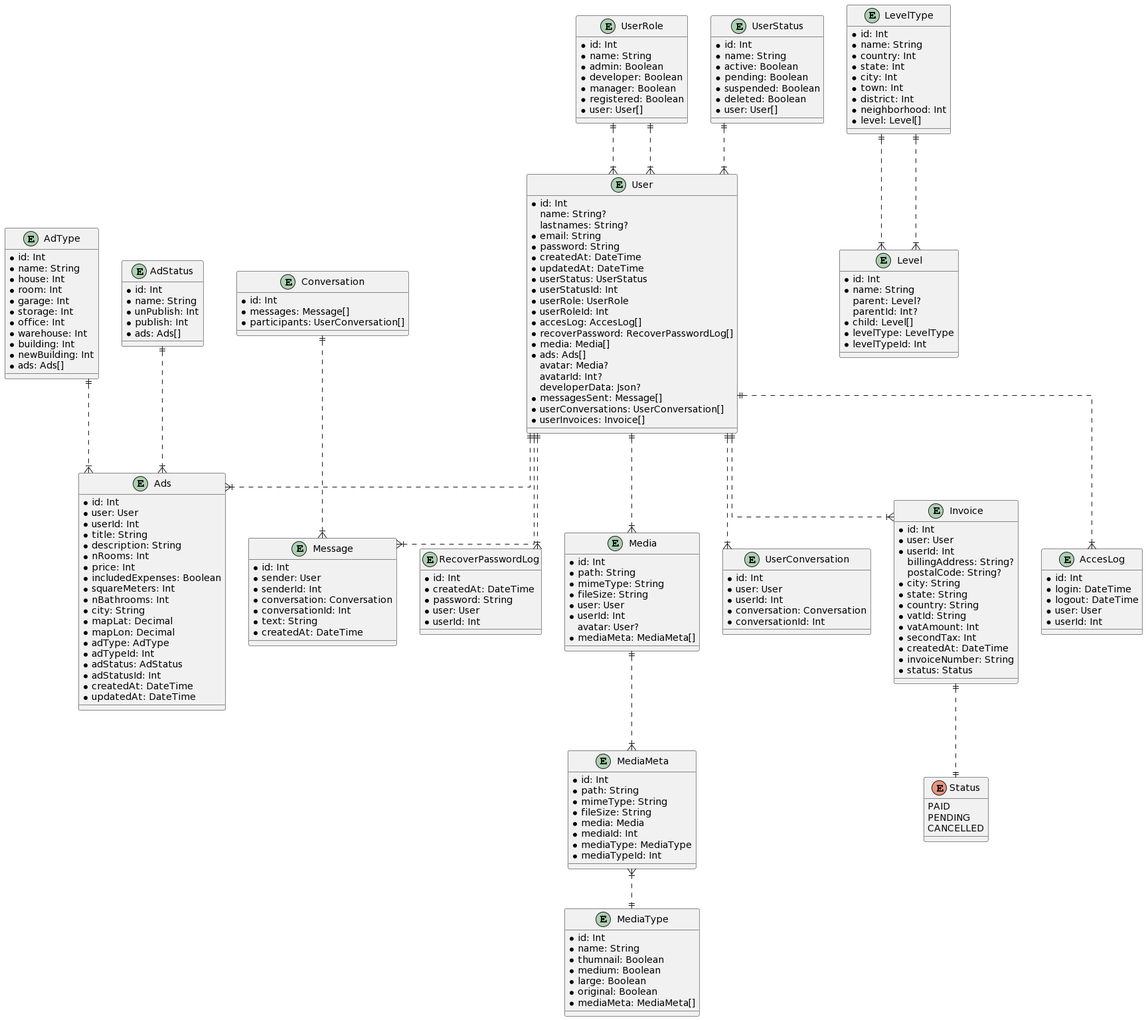
IT-Academy-BCN/ita-directory keeps this PlantUML diagram as backend/db/schema-db.png. Above is the earlier version.
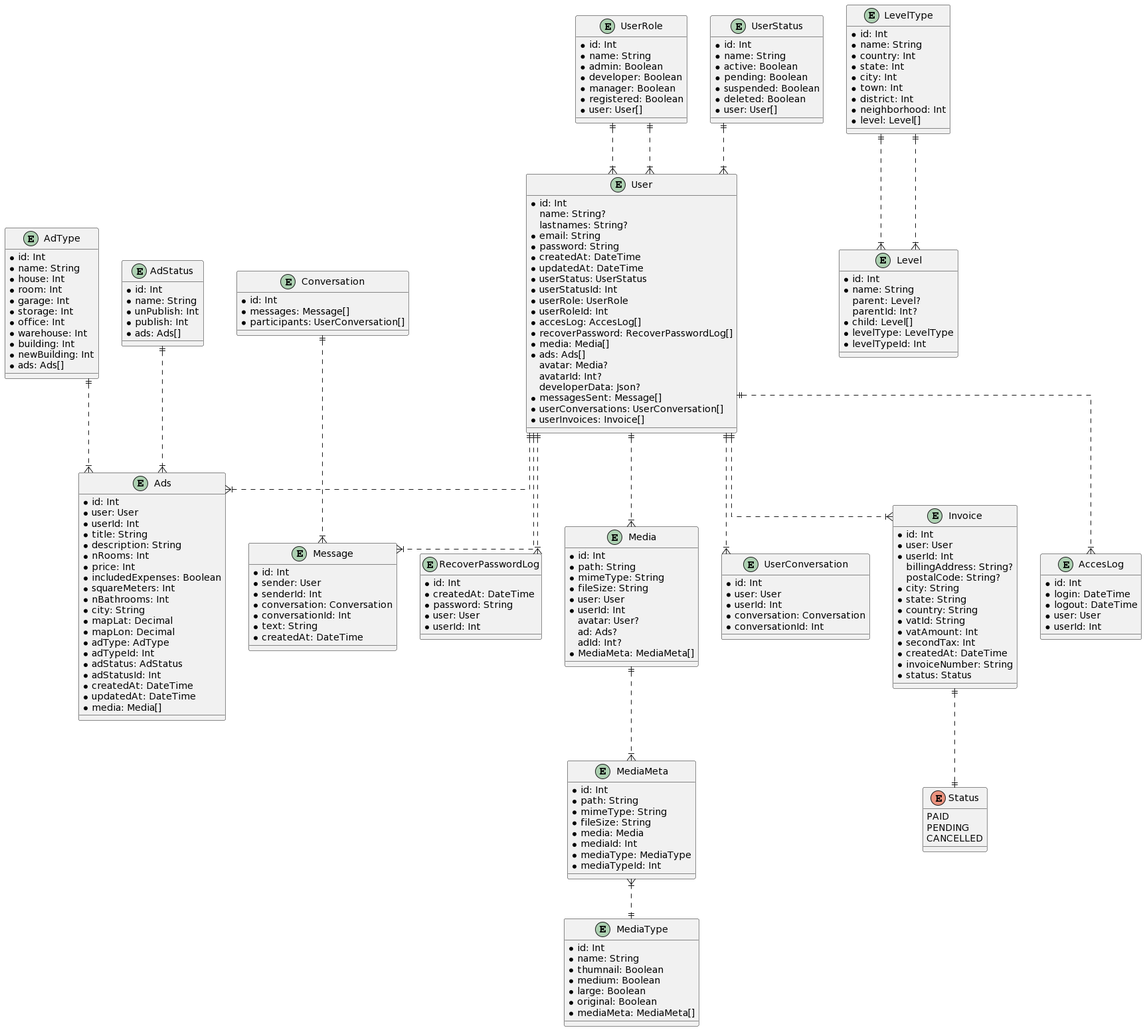
After the change.

What changed in the source:
```diff
@@ -75,7 +75,9 @@
   * user: User
   * userId: Int
   avatar: User?
-  * mediaMeta: MediaMeta[]
+  ad: Ads?
+  adId: Int?
+  * MediaMeta: MediaMeta[]
 }
 
 entity MediaMeta {
@@ -163,6 +165,7 @@
   * adStatusId: Int
   * createdAt: DateTime
   * updatedAt: DateTime
+  * media: Media[]
 }
 
 entity Conversation {
```
